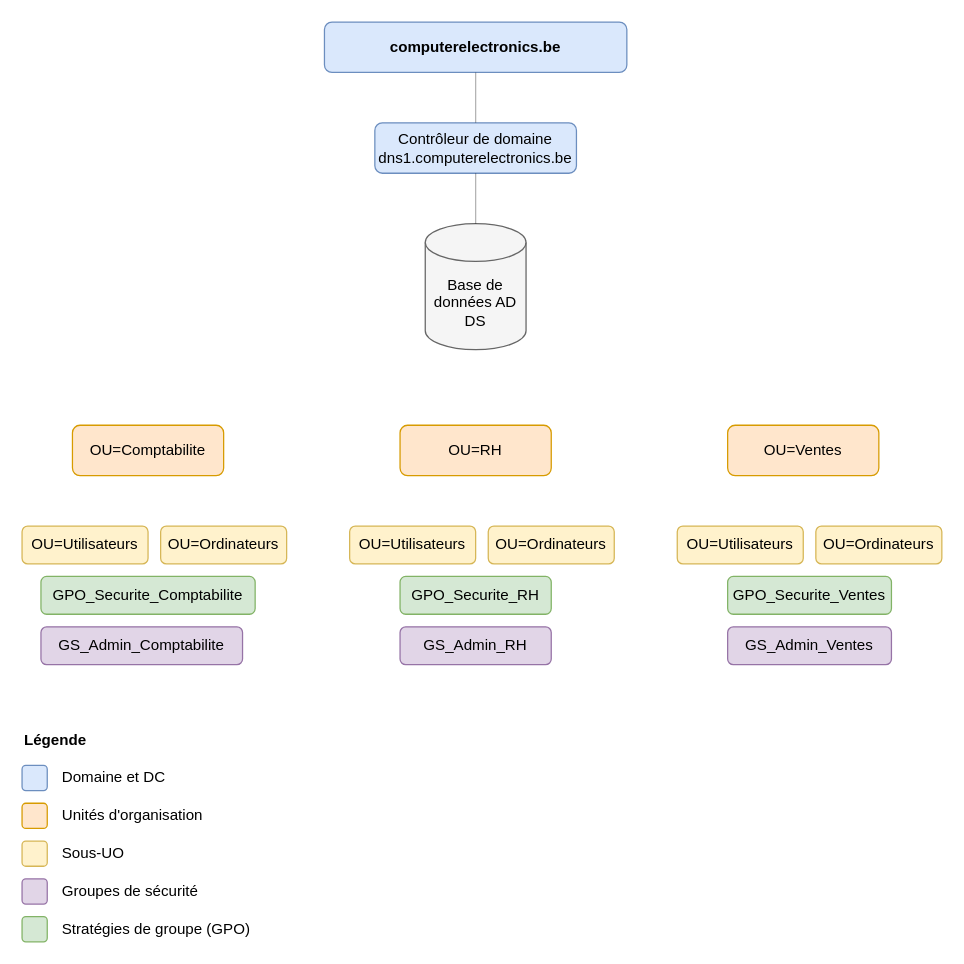
Above: diagrams/structure_ad_complete.drawio in choquitofrito/ActiveDirectory (draw.io), before the change. Source tidied: cells renumbered, new cells numbered last; positions are measured from the earlier drawing's top-left corner, leaving out a move shared by most shapes. Both pictures are drawn from the tidied source at 126%, with x=0, y=0 at pixel (21, 21).
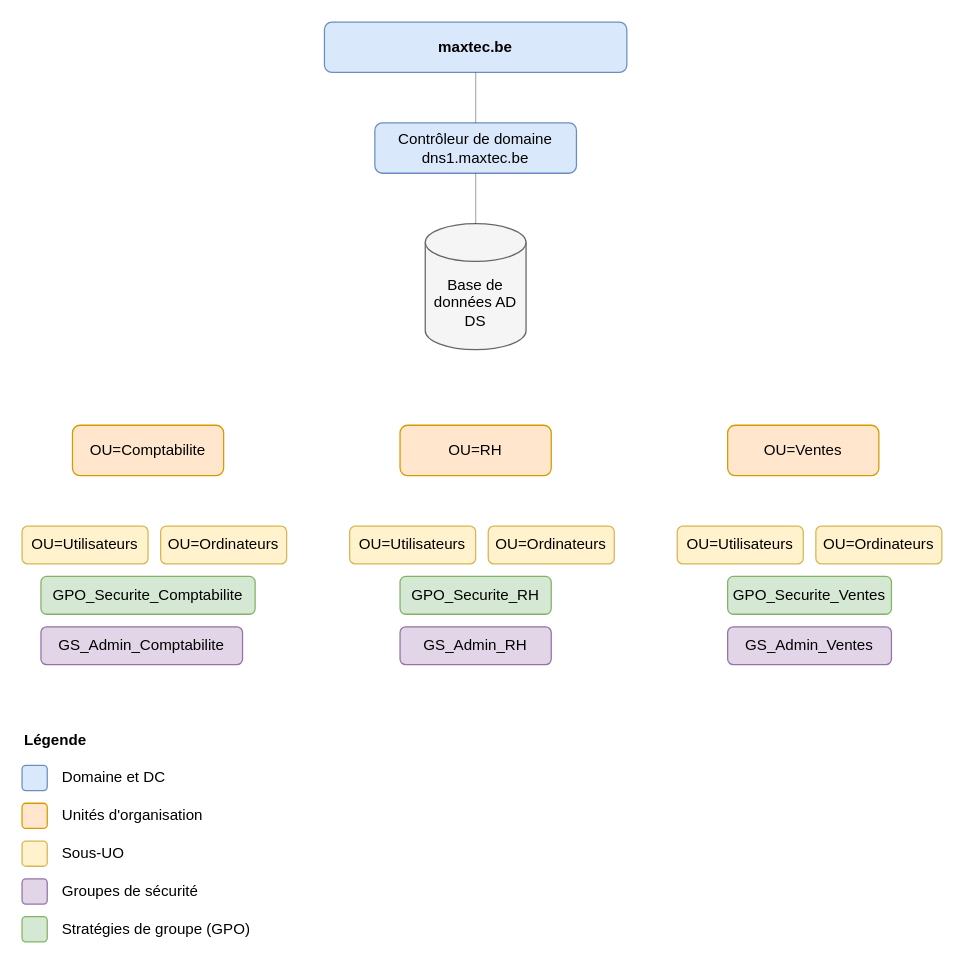
The same diagram, later.

The edit, as a diff of the source:
```diff
@@
-    <mxCell id="2" value="computerelectronics.be" style="rounded=1;whiteSpace=wrap;html=1;fillColor=#dae8fc;strokeColor=#6c8ebf;fontStyle=1;" parent="1" vertex="1">
+    <mxCell id="2" value="maxtec.be" style="rounded=1;whiteSpace=wrap;html=1;fillColor=#dae8fc;strokeColor=#6c8ebf;fontStyle=1;" parent="1" vertex="1">
       <mxGeometry x="240" width="240" height="40" as="geometry" />
     </mxCell>
-    <mxCell id="3" value="Contrôleur de domaine&#10;dns1.computerelectronics.be" style="rounded=1;whiteSpace=wrap;html=1;fillColor=#dae8fc;strokeColor=#6c8ebf;" parent="1" vertex="1">
+    <mxCell id="3" value="Contrôleur de domaine&#10;dns1.maxtec.be" style="rounded=1;whiteSpace=wrap;html=1;fillColor=#dae8fc;strokeColor=#6c8ebf;" parent="1" vertex="1">
       <mxGeometry x="280" y="80" width="160" height="40" as="geometry" />
     </mxCell>
```
